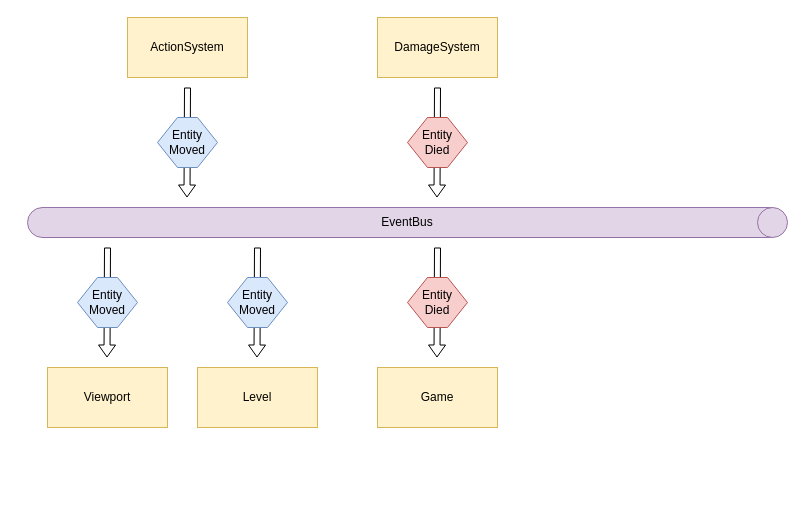
vladimir-popov/forgotten_catacombs keeps this draw.io diagram as page "Events" (2 of 3) of docs/schemas.drawio. Above is the earlier version. Source tidied: cells renumbered, new cells numbered last; positions are measured from the earlier drawing's top-left corner, leaving out a move shared by most shapes. Both pictures are drawn from the tidied source at 100%, with x=0, y=0 at pixel (27, 17).
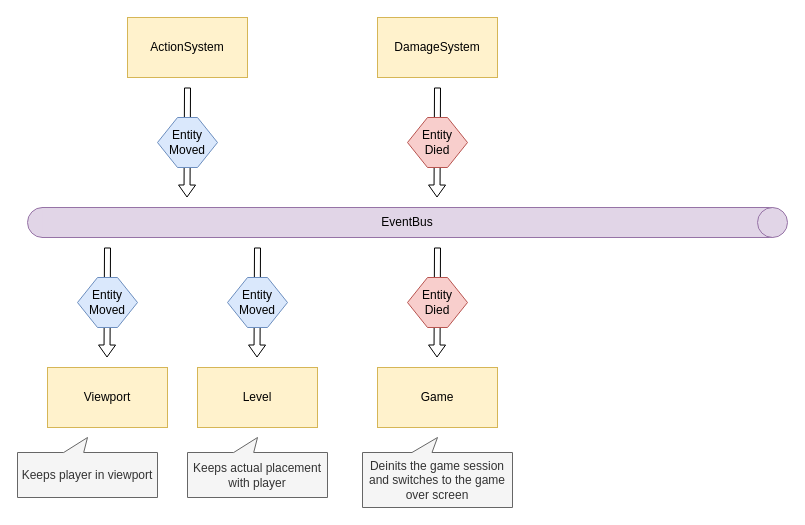
After the change.

What changed in the source:
```diff
@@
+    <mxCell id="21" value="Keeps player in viewport" style="shape=callout;whiteSpace=wrap;html=1;perimeter=calloutPerimeter;flipV=1;size=15;position=0.33;fillColor=#f5f5f5;fontColor=#333333;strokeColor=#666666;" parent="1" vertex="1">
+      <mxGeometry x="-10" y="420" width="140" height="60" as="geometry" />
+    </mxCell>
+    <mxCell id="22" value="Keeps actual placement with player" style="shape=callout;whiteSpace=wrap;html=1;perimeter=calloutPerimeter;flipV=1;size=15;position=0.33;fillColor=#f5f5f5;fontColor=#333333;strokeColor=#666666;" parent="1" vertex="1">
+      <mxGeometry x="160" y="420" width="140" height="60" as="geometry" />
+    </mxCell>
+    <mxCell id="23" value="Deinits the game session and switches to the game over screen" style="shape=callout;whiteSpace=wrap;html=1;perimeter=calloutPerimeter;flipV=1;size=15;position=0.33;fillColor=#f5f5f5;fontColor=#333333;strokeColor=#666666;" parent="1" vertex="1">
+      <mxGeometry x="335" y="420" width="150" height="70" as="geometry" />
+    </mxCell>
```
